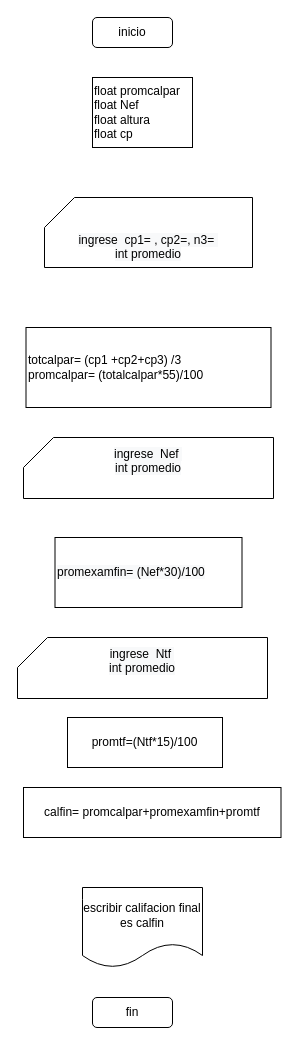
edgarcaballeroh/edgarcaballeroh keeps this draw.io diagram as page "tarea 1" (11 of 13) of ejercicios.drawio. Above is the earlier version. Source tidied: cells renumbered, new cells numbered last; positions are measured from the earlier drawing's top-left corner, leaving out a move shared by most shapes. Both pictures are drawn from the tidied source at 100%, with x=0, y=0 at pixel (17, 17).
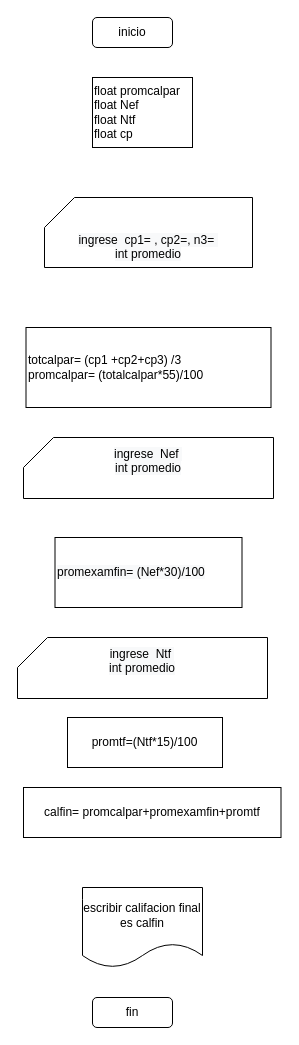
The same diagram, later.

What changed in the source:
```diff
@@
 <mxGraphModel>
   <root>
     <mxCell id="0" />
     <mxCell id="1" parent="0" />
     <mxCell id="2" value="inicio" style="rounded=1;whiteSpace=wrap;html=1;" parent="1" vertex="1">
       <mxGeometry x="75" width="80" height="30" as="geometry" />
     </mxCell>
     <mxCell id="3" value="fin" style="rounded=1;whiteSpace=wrap;html=1;" parent="1" vertex="1">
       <mxGeometry x="75" y="980" width="80" height="30" as="geometry" />
     </mxCell>
-    <mxCell id="4" value="float promcalpar&lt;br&gt;float Nef&lt;br&gt;float altura&lt;br&gt;float cp" style="rounded=0;whiteSpace=wrap;html=1;align=left;" parent="1" vertex="1">
+    <mxCell id="4" value="float promcalpar&lt;br&gt;float Nef&lt;br&gt;float Ntf&lt;br&gt;float cp" style="rounded=0;whiteSpace=wrap;html=1;align=left;" parent="1" vertex="1">
       <mxGeometry x="75" y="60" width="100" height="70" as="geometry" />
     </mxCell>
     <mxCell id="5" value="&lt;br&gt;&lt;br&gt;&lt;span style=&quot;color: rgb(0 , 0 , 0) ; font-family: &amp;#34;helvetica&amp;#34; ; font-size: 12px ; font-style: normal ; font-weight: 400 ; letter-spacing: normal ; text-align: center ; text-indent: 0px ; text-transform: none ; word-spacing: 0px ; background-color: rgb(248 , 249 , 250) ; display: inline ; float: none&quot;&gt;ingrese&amp;nbsp; cp1= , cp2=, n3=&amp;nbsp;&lt;/span&gt;&lt;br style=&quot;color: rgb(0 , 0 , 0) ; font-family: &amp;#34;helvetica&amp;#34; ; font-size: 12px ; font-style: normal ; font-weight: 400 ; letter-spacing: normal ; text-align: center ; text-indent: 0px ; text-transform: none ; word-spacing: 0px ; background-color: rgb(248 , 249 , 250)&quot;&gt;&lt;span style=&quot;color: rgb(0 , 0 , 0) ; font-family: &amp;#34;helvetica&amp;#34; ; font-size: 12px ; font-style: normal ; font-weight: 400 ; letter-spacing: normal ; text-align: center ; text-indent: 0px ; text-transform: none ; word-spacing: 0px ; background-color: rgb(248 , 249 , 250) ; display: inline ; float: none&quot;&gt;int promedio&lt;/span&gt;" style="shape=card;whiteSpace=wrap;html=1;" parent="1" vertex="1">
       <mxGeometry x="27" y="180" width="208" height="70" as="geometry" />
     </mxCell>
     <mxCell id="6" value="promtf=(Ntf*15)/100" style="rounded=0;whiteSpace=wrap;html=1;" parent="1" vertex="1">
       <mxGeometry x="50" y="700" width="155" height="50" as="geometry" />
     </mxCell>
     <mxCell id="7" value="totcalpar= (cp1 +cp2+cp3) /3&lt;br&gt;promcalpar= (totalcalpar*55)/100" style="rounded=0;whiteSpace=wrap;html=1;align=left;" parent="1" vertex="1">
       <mxGeometry x="8.5" y="310" width="245" height="80" as="geometry" />
     </mxCell>
     <mxCell id="8" value="&lt;br&gt;&lt;br&gt;&lt;span style=&quot;color: rgb(0 , 0 , 0) ; font-family: &amp;#34;helvetica&amp;#34; ; font-size: 12px ; font-style: normal ; font-weight: 400 ; letter-spacing: normal ; text-align: center ; text-indent: 0px ; text-transform: none ; word-spacing: 0px ; background-color: rgb(248 , 249 , 250) ; display: inline ; float: none&quot;&gt;ingrese&amp;nbsp; Nef&amp;nbsp;&lt;/span&gt;&lt;br style=&quot;color: rgb(0 , 0 , 0) ; font-family: &amp;#34;helvetica&amp;#34; ; font-size: 12px ; font-style: normal ; font-weight: 400 ; letter-spacing: normal ; text-align: center ; text-indent: 0px ; text-transform: none ; word-spacing: 0px ; background-color: rgb(248 , 249 , 250)&quot;&gt;&lt;span style=&quot;color: rgb(0 , 0 , 0) ; font-family: &amp;#34;helvetica&amp;#34; ; font-size: 12px ; font-style: normal ; font-weight: 400 ; letter-spacing: normal ; text-align: center ; text-indent: 0px ; text-transform: none ; word-spacing: 0px ; background-color: rgb(248 , 249 , 250) ; display: inline ; float: none&quot;&gt;int promedio&lt;br&gt;&lt;br&gt;&lt;br&gt;&lt;br&gt;&lt;/span&gt;" style="shape=card;whiteSpace=wrap;html=1;" parent="1" vertex="1">
       <mxGeometry x="6" y="420" width="250" height="61" as="geometry" />
     </mxCell>
     <mxCell id="9" value="&#10;&#10;&lt;span style=&quot;color: rgb(0, 0, 0); font-family: helvetica; font-size: 12px; font-style: normal; font-weight: 400; letter-spacing: normal; text-align: center; text-indent: 0px; text-transform: none; word-spacing: 0px; background-color: rgb(248, 249, 250); display: inline; float: none;&quot;&gt;promexamfin= (Nef*30)/100&lt;/span&gt;&#10;&#10;" style="rounded=0;whiteSpace=wrap;html=1;align=left;" parent="1" vertex="1">
       <mxGeometry x="37.5" y="520" width="187" height="70" as="geometry" />
     </mxCell>
     <mxCell id="10" value="&lt;br&gt;&lt;br&gt;&lt;span style=&quot;color: rgb(0 , 0 , 0) ; font-family: &amp;#34;helvetica&amp;#34; ; font-size: 12px ; font-style: normal ; font-weight: 400 ; letter-spacing: normal ; text-align: center ; text-indent: 0px ; text-transform: none ; word-spacing: 0px ; background-color: rgb(248 , 249 , 250) ; display: inline ; float: none&quot;&gt;ingrese&amp;nbsp; Ntf&amp;nbsp;&lt;/span&gt;&lt;br style=&quot;color: rgb(0 , 0 , 0) ; font-family: &amp;#34;helvetica&amp;#34; ; font-size: 12px ; font-style: normal ; font-weight: 400 ; letter-spacing: normal ; text-align: center ; text-indent: 0px ; text-transform: none ; word-spacing: 0px ; background-color: rgb(248 , 249 , 250)&quot;&gt;&lt;span style=&quot;color: rgb(0 , 0 , 0) ; font-family: &amp;#34;helvetica&amp;#34; ; font-size: 12px ; font-style: normal ; font-weight: 400 ; letter-spacing: normal ; text-align: center ; text-indent: 0px ; text-transform: none ; word-spacing: 0px ; background-color: rgb(248 , 249 , 250) ; display: inline ; float: none&quot;&gt;int promedio&lt;br&gt;&lt;br&gt;&lt;br&gt;&lt;br&gt;&lt;/span&gt;" style="shape=card;whiteSpace=wrap;html=1;" parent="1" vertex="1">
       <mxGeometry y="620" width="250" height="61" as="geometry" />
     </mxCell>
     <mxCell id="11" value="calfin= promcalpar+promexamfin+promtf" style="rounded=0;whiteSpace=wrap;html=1;" parent="1" vertex="1">
       <mxGeometry x="6" y="770" width="257.5" height="50" as="geometry" />
     </mxCell>
     <mxCell id="12" value="escribir califacion final es calfin" style="shape=document;whiteSpace=wrap;html=1;boundedLbl=1;" parent="1" vertex="1">
       <mxGeometry x="65" y="870" width="120" height="80" as="geometry" />
     </mxCell>
   </root>
 </mxGraphModel>
```
